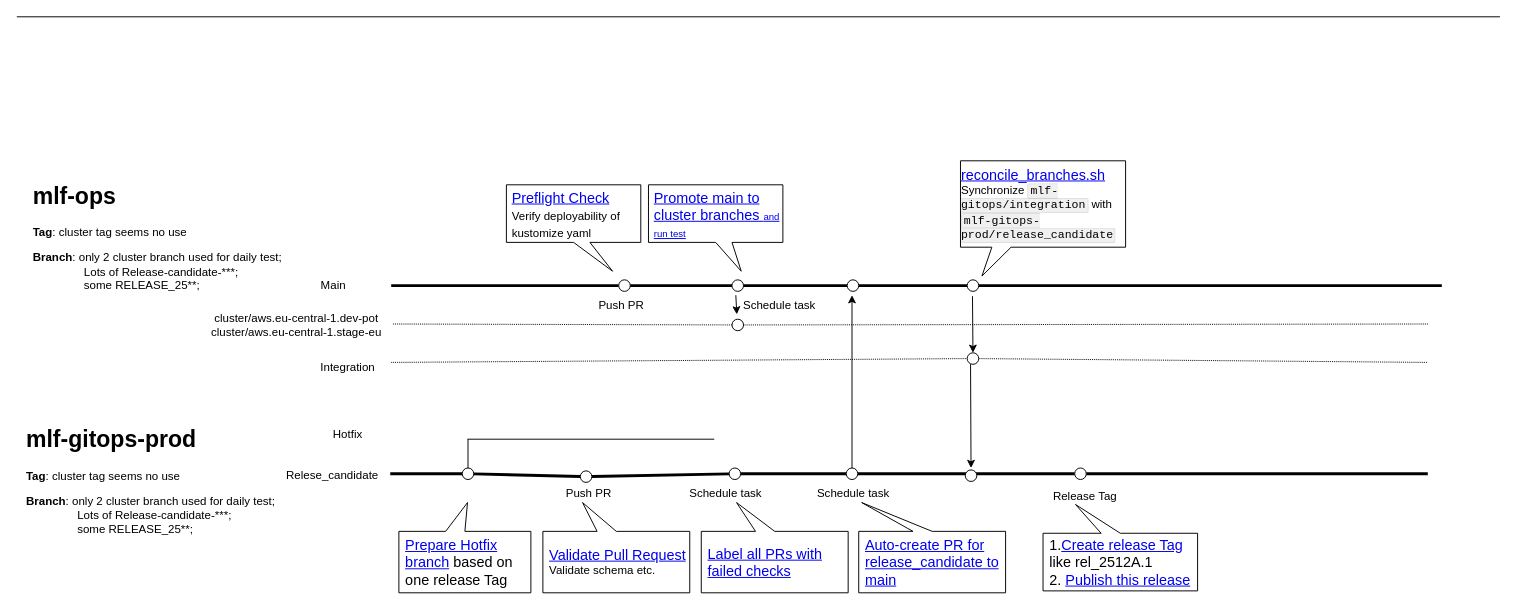
This is Drawio/AI Core release process.drawio from polark-bit/StudyGit, a draw.io file, before an edit. Source tidied: cells renumbered, new cells numbered last; positions are measured from the earlier drawing's top-left corner, leaving out a move shared by most shapes. Both pictures are drawn from the tidied source at 96%, with x=0, y=0 at pixel (16, 16).
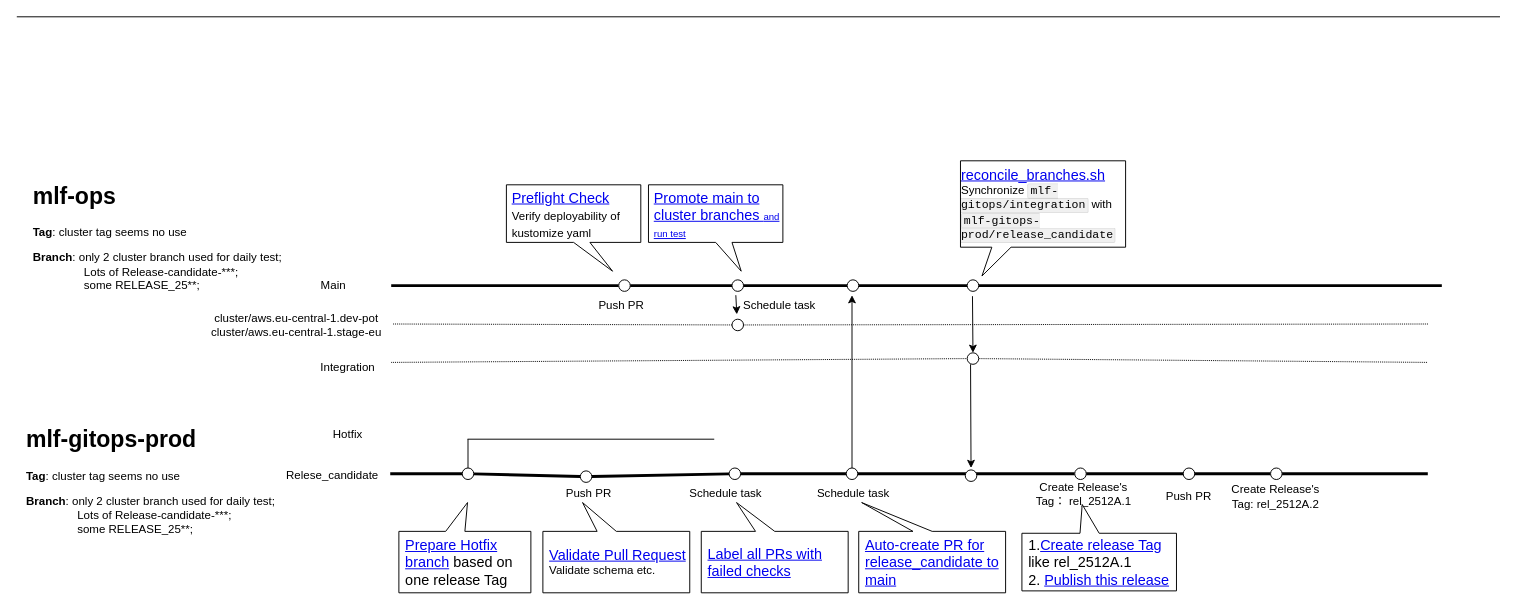
After the change.

Unchanged cells that the change refers to:
```xml
<mxCell id="41" style="ellipse;whiteSpace=wrap;html=1;" parent="1" vertex="1">
  <mxGeometry x="1102" y="470" width="12" height="12" as="geometry" />
</mxCell>
```

Change to the diagram source:
```diff
@@
-    <mxCell id="26" style="endArrow=none;html=1;rounded=0;fontSize=12;strokeWidth=3;" parent="1" edge="1" source="41">
+    <mxCell id="26" style="endArrow=none;html=1;rounded=0;fontSize=12;strokeWidth=3;" parent="1" edge="1" source="58">
       <mxGeometry relative="1" as="geometry">
         <mxPoint x="1469.8" y="476" as="targetPoint" />
       </mxGeometry>
     </mxCell>
@@
-    <mxCell id="55" value="Release Tag" style="text;html=1;whiteSpace=wrap;strokeColor=none;fillColor=none;align=center;verticalAlign=middle;rounded=0;" parent="1" vertex="1">
-      <mxGeometry x="1063" y="485" width="100" height="30" as="geometry" />
+    <mxCell id="55" value="Create Release's Tag： rel_2512A.1" style="text;html=1;whiteSpace=wrap;strokeColor=none;fillColor=none;align=center;verticalAlign=middle;rounded=0;" parent="1" vertex="1">
+      <mxGeometry x="1053" y="482" width="117" height="30" as="geometry" />
     </mxCell>
-    <mxCell id="56" value="&lt;span style=&quot;font-size: 15px;&quot;&gt;1.&lt;a href=&quot;https://github.tools.sap/MLF-prod/mlf-gitops-prod/blob/release_candidate/.github/workflows/tag.yaml&quot;&gt;Create release Tag&lt;/a&gt; like rel_2512A.1&lt;/span&gt;&lt;div&gt;&lt;span style=&quot;font-size: 15px;&quot;&gt;2. &lt;a href=&quot;https://github.tools.sap/MLF-prod/mlf-gitops-prod/blob/release_candidate/.github/workflows/release.yaml&quot;&gt;Publish this release&lt;/a&gt;&lt;/span&gt;&lt;/div&gt;" style="shape=callout;whiteSpace=wrap;html=1;perimeter=calloutPerimeter;strokeColor=default;align=left;verticalAlign=middle;fontFamily=Helvetica;fontSize=12;fontColor=default;fillColor=default;direction=west;position2=0.79;spacingLeft=5;" parent="1" vertex="1">
-      <mxGeometry x="1069" y="508" width="161" height="90" as="geometry" />
+    <mxCell id="56" value="&lt;span style=&quot;font-size: 15px;&quot;&gt;1.&lt;a href=&quot;https://github.tools.sap/MLF-prod/mlf-gitops-prod/blob/release_candidate/.github/workflows/tag.yaml&quot;&gt;Create release Tag&lt;/a&gt; like rel_2512A.1&lt;/span&gt;&lt;div&gt;&lt;span style=&quot;font-size: 15px;&quot;&gt;2. &lt;a href=&quot;https://github.tools.sap/MLF-prod/mlf-gitops-prod/blob/release_candidate/.github/workflows/release.yaml&quot;&gt;Publish this release&lt;/a&gt;&lt;/span&gt;&lt;/div&gt;" style="shape=callout;whiteSpace=wrap;html=1;perimeter=calloutPerimeter;strokeColor=default;align=left;verticalAlign=middle;fontFamily=Helvetica;fontSize=12;fontColor=default;fillColor=default;direction=west;position2=0.61;spacingLeft=5;" parent="1" vertex="1">
+      <mxGeometry x="1047" y="508" width="161" height="90" as="geometry" />
     </mxCell>
+    <mxCell id="57" style="endArrow=none;html=1;rounded=0;fontSize=12;strokeWidth=3;" parent="1" edge="1" source="41" target="58">
+      <mxGeometry relative="1" as="geometry" />
+    </mxCell>
+    <mxCell id="58" style="ellipse;whiteSpace=wrap;html=1;" parent="1" vertex="1">
+      <mxGeometry x="1306" y="470" width="12" height="12" as="geometry" />
+    </mxCell>
+    <mxCell id="59" style="ellipse;whiteSpace=wrap;html=1;" parent="1" vertex="1">
+      <mxGeometry x="1215" y="470" width="12" height="12" as="geometry" />
+    </mxCell>
+    <mxCell id="60" value="Push PR" style="text;html=1;whiteSpace=wrap;strokeColor=none;fillColor=none;align=center;verticalAlign=middle;rounded=0;" parent="1" vertex="1">
+      <mxGeometry x="1191" y="485" width="60" height="30" as="geometry" />
+    </mxCell>
+    <mxCell id="61" value="Create Release's Tag: rel_2512A.2" style="text;html=1;whiteSpace=wrap;strokeColor=none;fillColor=none;align=center;verticalAlign=middle;rounded=0;" parent="1" vertex="1">
+      <mxGeometry x="1253" y="485" width="117" height="30" as="geometry" />
+    </mxCell>
```
